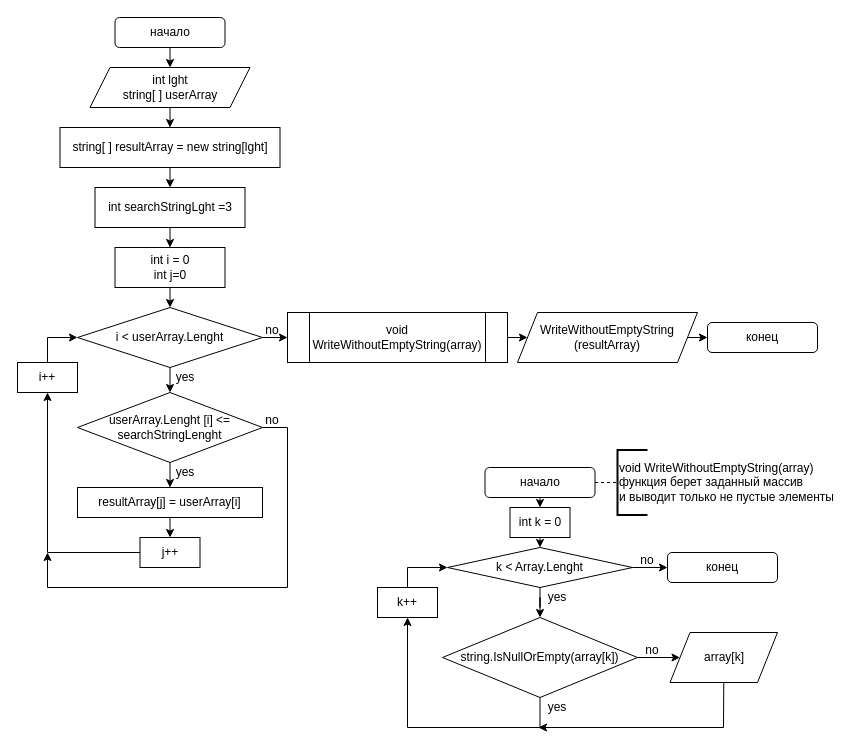
The draw.io diagram Flowchart.drawio in IvanchenkoM/FinalWork_C-, before the edit. Source tidied: cells renumbered, new cells numbered last; positions are measured from the earlier drawing's top-left corner, leaving out a move shared by most shapes. Both pictures are drawn from the tidied source at 100%, with x=0, y=0 at pixel (17, 17).
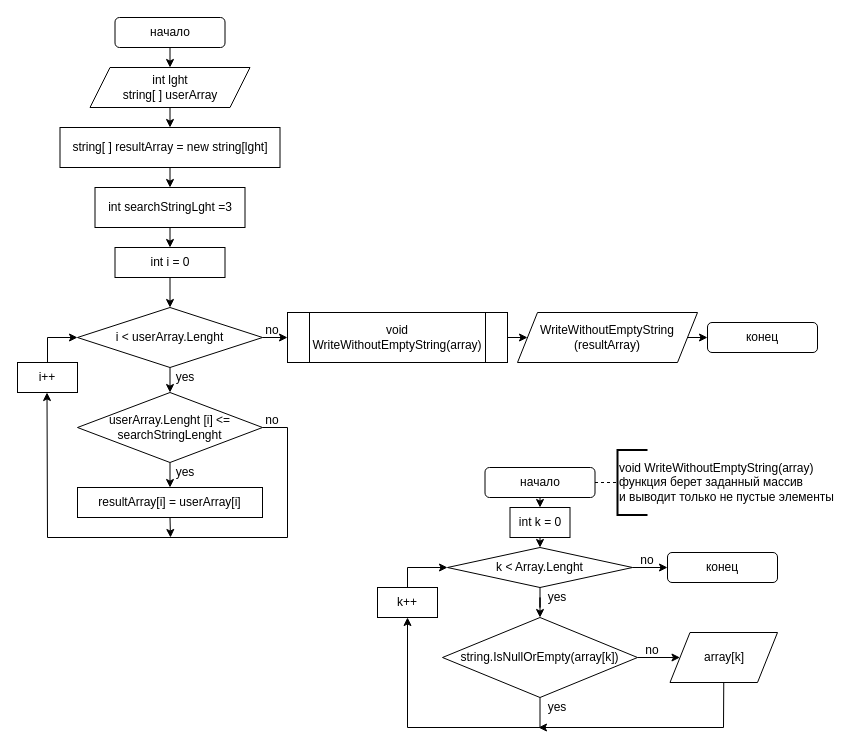
Above is the later version.

The change refers to these unchanged cells:
```xml
<mxCell id="17" value="i++" style="rounded=0;whiteSpace=wrap;html=1;" parent="1" vertex="1">
  <mxGeometry y="345" width="60" height="30" as="geometry" />
</mxCell>
```

The edit, as a diff of the source:
```diff
@@
-    <mxCell id="9" value="int i = 0&lt;br&gt;int j=0" style="rounded=0;whiteSpace=wrap;html=1;" parent="1" vertex="1">
-      <mxGeometry x="97.5" y="230" width="110" height="40" as="geometry" />
+    <mxCell id="9" value="int i = 0" style="rounded=0;whiteSpace=wrap;html=1;" parent="1" vertex="1">
+      <mxGeometry x="97.5" y="230" width="110" height="30" as="geometry" />
     </mxCell>
@@
-    <mxCell id="15" style="edgeStyle=orthogonalEdgeStyle;rounded=0;jettySize=auto;html=1;exitX=0.5;exitY=1;exitDx=0;exitDy=0;entryX=0.5;entryY=0;entryDx=0;entryDy=0;" parent="1" edge="1" source="16" target="26">
-      <mxGeometry relative="1" as="geometry" />
-    </mxCell>
+    <mxCell id="60" style="edgeStyle=orthogonalEdgeStyle;rounded=0;jettySize=auto;html=1;exitX=0.5;exitY=1;exitDx=0;exitDy=0;" parent="1" edge="1" source="16">
+      <mxGeometry relative="1" as="geometry">
+        <mxPoint x="153" y="520" as="targetPoint" />
+      </mxGeometry>
+    </mxCell>
-    <mxCell id="16" value="resultArray[j] = userArray[i]" style="rounded=0;whiteSpace=wrap;html=1;" parent="1" vertex="1">
+    <mxCell id="16" value="resultArray[i] = userArray[i]" style="rounded=0;whiteSpace=wrap;html=1;" parent="1" vertex="1">
       <mxGeometry x="60" y="470" width="185" height="30" as="geometry" />
     </mxCell>
@@
-    <mxCell id="25" style="edgeStyle=orthogonalEdgeStyle;rounded=0;jettySize=auto;html=1;exitX=0;exitY=0.5;exitDx=0;exitDy=0;entryX=0.5;entryY=1;entryDx=0;entryDy=0;" parent="1" edge="1" source="26" target="17">
-      <mxGeometry relative="1" as="geometry">
-        <Array as="points">
-          <mxPoint x="30" y="535" />
-        </Array>
-      </mxGeometry>
-    </mxCell>
-    <mxCell id="26" value="j++" style="rounded=0;whiteSpace=wrap;html=1;" parent="1" vertex="1">
-      <mxGeometry x="122.5" y="520" width="60" height="30" as="geometry" />
-    </mxCell>
@@
     <mxCell id="55" style="endArrow=none;html=1;" parent="1" edge="1">
       <mxGeometry relative="1" as="geometry">
-        <mxPoint x="270" y="570" as="sourcePoint" />
+        <mxPoint x="270" y="520" as="sourcePoint" />
         <mxPoint x="270" y="410" as="targetPoint" />
       </mxGeometry>
     </mxCell>
     <mxCell id="56" style="endArrow=none;html=1;" parent="1" edge="1">
       <mxGeometry relative="1" as="geometry">
-        <mxPoint x="270" y="570" as="sourcePoint" />
-        <mxPoint x="30" y="570" as="targetPoint" />
+        <mxPoint x="270" y="520" as="sourcePoint" />
+        <mxPoint x="30" y="520" as="targetPoint" />
       </mxGeometry>
     </mxCell>
     <mxCell id="57" style="endArrow=classic;html=1;" parent="1" edge="1">
       <mxGeometry relative="1" as="geometry">
-        <mxPoint x="30" y="570" as="sourcePoint" />
-        <mxPoint x="30" y="535" as="targetPoint" />
+        <mxPoint x="30" y="520" as="sourcePoint" />
+        <mxPoint x="29.5" y="375" as="targetPoint" />
       </mxGeometry>
     </mxCell>
```
